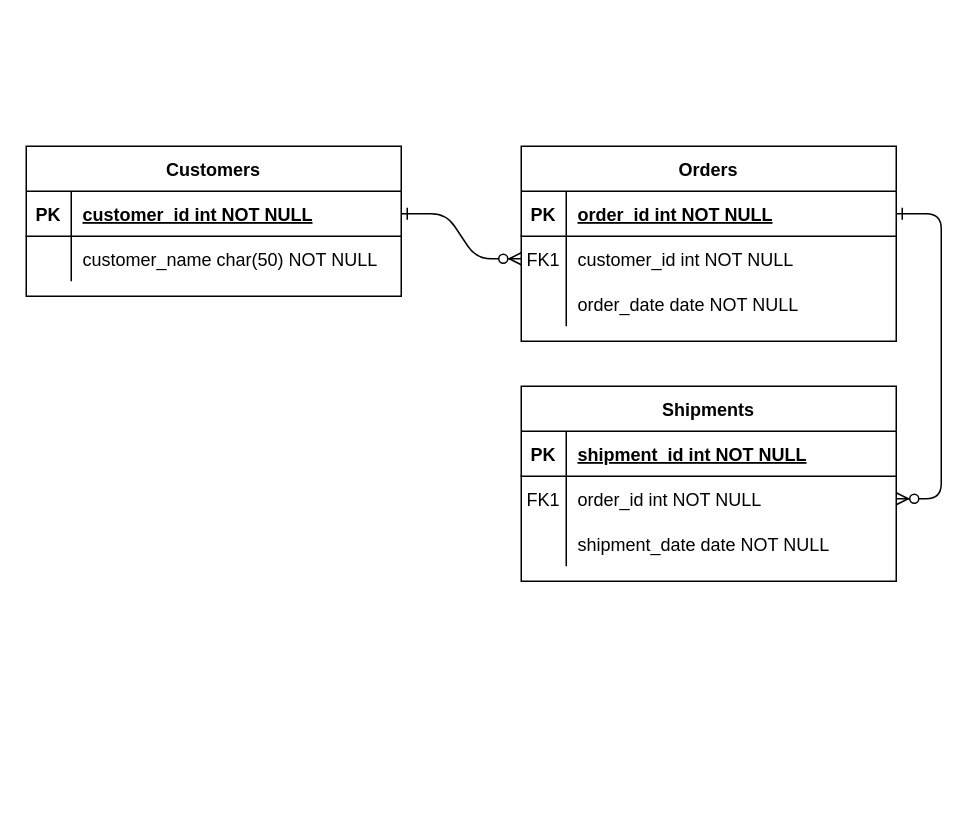
This is Diagramme sans nom.drawio from kevinthai-ironhack/Kevin_Labs, a draw.io file, before an edit. Source tidied: cells renumbered, new cells numbered last; positions are measured from the earlier drawing's top-left corner, leaving out a move shared by most shapes. Both pictures are drawn from the tidied source at 150%, with x=0, y=0 at pixel (26, 146).
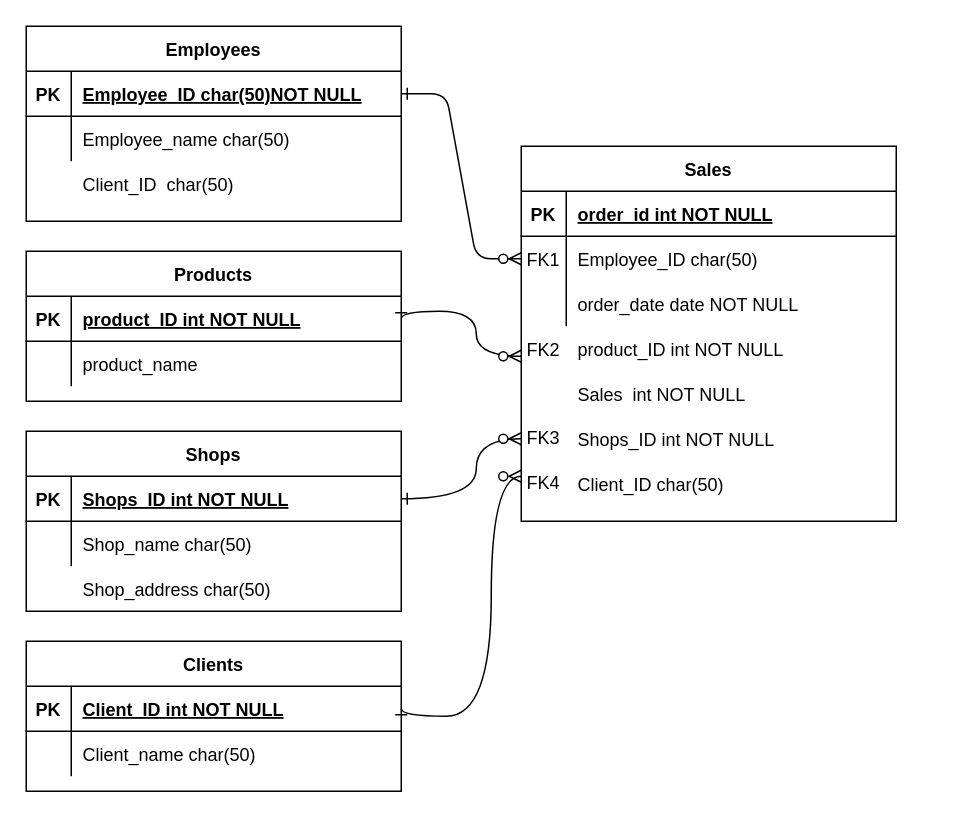
The same diagram, later.

What changed in the source:
```diff
@@
-    <mxCell id="2" style="edgeStyle=entityRelationEdgeStyle;endArrow=ERzeroToMany;startArrow=ERone;endFill=1;startFill=0;" parent="1" edge="1" source="25" target="8">
+    <mxCell id="2" style="edgeStyle=entityRelationEdgeStyle;endArrow=ERzeroToMany;startArrow=ERone;endFill=1;startFill=0;labelBackgroundColor=none;fontColor=default;" parent="1" edge="1" source="25" target="8">
       <mxGeometry relative="1" as="geometry" />
     </mxCell>
-    <mxCell id="3" style="edgeStyle=entityRelationEdgeStyle;endArrow=ERzeroToMany;startArrow=ERone;endFill=1;startFill=0;" parent="1" edge="1" source="5" target="18">
-      <mxGeometry relative="1" as="geometry" />
-    </mxCell>
-    <mxCell id="4" value="Orders" style="shape=table;startSize=30;childLayout=tableLayout;rowLines=0;fontStyle=1;align=center;" parent="1" vertex="1">
-      <mxGeometry x="330" width="250" height="130" as="geometry" />
+    <mxCell id="4" value="Sales" style="shape=table;startSize=30;childLayout=tableLayout;rowLines=0;fontStyle=1;align=center;labelBackgroundColor=none;" parent="1" vertex="1">
+      <mxGeometry x="330" width="250" height="250" as="geometry" />
     </mxCell>
-    <mxCell id="5" style="shape=partialRectangle;fillColor=none;points=[[0,0.5],[1,0.5]];portConstraint=eastwest;top=0;left=0;right=0;bottom=1;" parent="4" vertex="1">
+    <mxCell id="5" style="shape=partialRectangle;fillColor=none;points=[[0,0.5],[1,0.5]];portConstraint=eastwest;top=0;left=0;right=0;bottom=1;labelBackgroundColor=none;" parent="4" vertex="1">
       <mxGeometry y="30" width="250" height="30" as="geometry" />
     </mxCell>
-    <mxCell id="6" value="PK" style="shape=partialRectangle;overflow=hidden;fillColor=none;top=0;left=0;bottom=0;right=0;fontStyle=1;" parent="5" vertex="1">
+    <mxCell id="6" value="PK" style="shape=partialRectangle;overflow=hidden;fillColor=none;top=0;left=0;bottom=0;right=0;fontStyle=1;labelBackgroundColor=none;" parent="5" vertex="1">
       <mxGeometry width="30" height="30" as="geometry" />
     </mxCell>
-    <mxCell id="7" value="order_id int NOT NULL " style="shape=partialRectangle;overflow=hidden;fillColor=none;top=0;left=0;bottom=0;right=0;align=left;spacingLeft=6;fontStyle=5;" parent="5" vertex="1">
+    <mxCell id="7" value="order_id int NOT NULL " style="shape=partialRectangle;overflow=hidden;fillColor=none;top=0;left=0;bottom=0;right=0;align=left;spacingLeft=6;fontStyle=5;labelBackgroundColor=none;" parent="5" vertex="1">
       <mxGeometry x="30" width="220" height="30" as="geometry" />
     </mxCell>
-    <mxCell id="8" style="shape=partialRectangle;fillColor=none;points=[[0,0.5],[1,0.5]];portConstraint=eastwest;top=0;left=0;right=0;bottom=0;" parent="4" vertex="1">
+    <mxCell id="8" style="shape=partialRectangle;fillColor=none;points=[[0,0.5],[1,0.5]];portConstraint=eastwest;top=0;left=0;right=0;bottom=0;labelBackgroundColor=none;" parent="4" vertex="1">
       <mxGeometry y="60" width="250" height="30" as="geometry" />
     </mxCell>
-    <mxCell id="9" value="FK1" style="shape=partialRectangle;overflow=hidden;fillColor=none;top=0;left=0;bottom=0;right=0;" parent="8" vertex="1">
+    <mxCell id="9" value="FK1" style="shape=partialRectangle;overflow=hidden;fillColor=none;top=0;left=0;bottom=0;right=0;labelBackgroundColor=none;" parent="8" vertex="1">
       <mxGeometry width="30" height="30" as="geometry" />
     </mxCell>
-    <mxCell id="10" value="customer_id int NOT NULL" style="shape=partialRectangle;overflow=hidden;fillColor=none;top=0;left=0;bottom=0;right=0;align=left;spacingLeft=6;" parent="8" vertex="1">
+    <mxCell id="10" value="Employee_ID char(50)" style="shape=partialRectangle;overflow=hidden;fillColor=none;top=0;left=0;bottom=0;right=0;align=left;spacingLeft=6;labelBackgroundColor=none;" parent="8" vertex="1">
       <mxGeometry x="30" width="220" height="30" as="geometry" />
     </mxCell>
-    <mxCell id="11" style="shape=partialRectangle;fillColor=none;top=0;left=0;right=0;bottom=0;" parent="4" vertex="1">
+    <mxCell id="11" style="shape=partialRectangle;fillColor=none;top=0;left=0;right=0;bottom=0;labelBackgroundColor=none;" parent="4" vertex="1">
       <mxGeometry y="90" width="250" height="30" as="geometry" />
     </mxCell>
-    <mxCell id="12" style="shape=partialRectangle;overflow=hidden;fillColor=none;top=0;left=0;bottom=0;right=0;" parent="11" vertex="1">
+    <mxCell id="12" style="shape=partialRectangle;overflow=hidden;fillColor=none;top=0;left=0;bottom=0;right=0;labelBackgroundColor=none;" parent="11" vertex="1">
       <mxGeometry width="30" height="30" as="geometry" />
     </mxCell>
-    <mxCell id="13" value="order_date date NOT NULL" style="shape=partialRectangle;overflow=hidden;fillColor=none;top=0;left=0;bottom=0;right=0;align=left;spacingLeft=6;" parent="11" vertex="1">
+    <mxCell id="13" value="order_date date NOT NULL" style="shape=partialRectangle;overflow=hidden;fillColor=none;top=0;left=0;bottom=0;right=0;align=left;spacingLeft=6;labelBackgroundColor=none;" parent="11" vertex="1">
       <mxGeometry x="30" width="220" height="30" as="geometry" />
     </mxCell>
-    <mxCell id="14" value="Shipments" style="shape=table;startSize=30;childLayout=tableLayout;rowLines=0;fontStyle=1;align=center;" parent="1" vertex="1">
-      <mxGeometry x="330" y="160" width="250" height="130" as="geometry" />
+    <mxCell id="14" value="Products" style="shape=table;startSize=30;childLayout=tableLayout;rowLines=0;fontStyle=1;align=center;labelBackgroundColor=none;" parent="1" vertex="1">
+      <mxGeometry y="70" width="250" height="100" as="geometry" />
     </mxCell>
-    <mxCell id="15" style="shape=partialRectangle;fillColor=none;points=[[0,0.5],[1,0.5]];portConstraint=eastwest;top=0;left=0;right=0;bottom=1;" parent="14" vertex="1">
+    <mxCell id="15" style="shape=partialRectangle;fillColor=none;points=[[0,0.5],[1,0.5]];portConstraint=eastwest;top=0;left=0;right=0;bottom=1;labelBackgroundColor=none;" parent="14" vertex="1">
       <mxGeometry y="30" width="250" height="30" as="geometry" />
     </mxCell>
-    <mxCell id="16" value="PK" style="shape=partialRectangle;overflow=hidden;fillColor=none;top=0;left=0;bottom=0;right=0;fontStyle=1;" parent="15" vertex="1">
+    <mxCell id="16" value="PK" style="shape=partialRectangle;overflow=hidden;fillColor=none;top=0;left=0;bottom=0;right=0;fontStyle=1;labelBackgroundColor=none;" parent="15" vertex="1">
       <mxGeometry width="30" height="30" as="geometry" />
     </mxCell>
-    <mxCell id="17" value="shipment_id int NOT NULL " style="shape=partialRectangle;overflow=hidden;fillColor=none;top=0;left=0;bottom=0;right=0;align=left;spacingLeft=6;fontStyle=5;" parent="15" vertex="1">
+    <mxCell id="17" value="product_ID int NOT NULL " style="shape=partialRectangle;overflow=hidden;fillColor=none;top=0;left=0;bottom=0;right=0;align=left;spacingLeft=6;fontStyle=5;labelBackgroundColor=none;" parent="15" vertex="1">
       <mxGeometry x="30" width="220" height="30" as="geometry" />
     </mxCell>
-    <mxCell id="18" style="shape=partialRectangle;fillColor=none;points=[[0,0.5],[1,0.5]];portConstraint=eastwest;top=0;left=0;right=0;bottom=0;" parent="14" vertex="1">
+    <mxCell id="18" style="shape=partialRectangle;fillColor=none;points=[[0,0.5],[1,0.5]];portConstraint=eastwest;top=0;left=0;right=0;bottom=0;labelBackgroundColor=none;" parent="14" vertex="1">
       <mxGeometry y="60" width="250" height="30" as="geometry" />
     </mxCell>
-    <mxCell id="19" value="FK1" style="shape=partialRectangle;overflow=hidden;fillColor=none;top=0;left=0;bottom=0;right=0;" parent="18" vertex="1">
+    <mxCell id="19" style="shape=partialRectangle;overflow=hidden;fillColor=none;top=0;left=0;bottom=0;right=0;labelBackgroundColor=none;" parent="18" vertex="1">
       <mxGeometry width="30" height="30" as="geometry" />
     </mxCell>
-    <mxCell id="20" value="order_id int NOT NULL" style="shape=partialRectangle;overflow=hidden;fillColor=none;top=0;left=0;bottom=0;right=0;align=left;spacingLeft=6;" parent="18" vertex="1">
+    <mxCell id="20" value="product_name" style="shape=partialRectangle;overflow=hidden;fillColor=none;top=0;left=0;bottom=0;right=0;align=left;spacingLeft=6;labelBackgroundColor=none;" parent="18" vertex="1">
       <mxGeometry x="30" width="220" height="30" as="geometry" />
     </mxCell>
-    <mxCell id="21" style="shape=partialRectangle;fillColor=none;top=0;left=0;right=0;bottom=0;" parent="14" vertex="1">
-      <mxGeometry y="90" width="250" height="30" as="geometry" />
-    </mxCell>
-    <mxCell id="22" style="shape=partialRectangle;overflow=hidden;fillColor=none;top=0;left=0;bottom=0;right=0;" parent="21" vertex="1">
-      <mxGeometry width="30" height="30" as="geometry" />
-    </mxCell>
-    <mxCell id="23" value="shipment_date date NOT NULL" style="shape=partialRectangle;overflow=hidden;fillColor=none;top=0;left=0;bottom=0;right=0;align=left;spacingLeft=6;" parent="21" vertex="1">
-      <mxGeometry x="30" width="220" height="30" as="geometry" />
-    </mxCell>
-    <mxCell id="24" value="Customers" style="shape=table;startSize=30;childLayout=tableLayout;rowLines=0;fontStyle=1;align=center;" parent="1" vertex="1">
-      <mxGeometry width="250" height="100" as="geometry" />
+    <mxCell id="24" value="Employees" style="shape=table;startSize=30;childLayout=tableLayout;rowLines=0;fontStyle=1;align=center;labelBackgroundColor=none;" parent="1" vertex="1">
+      <mxGeometry y="-80" width="250" height="130" as="geometry" />
     </mxCell>
-    <mxCell id="25" style="shape=partialRectangle;fillColor=none;points=[[0,0.5],[1,0.5]];portConstraint=eastwest;top=0;left=0;right=0;bottom=1;" parent="24" vertex="1">
+    <mxCell id="25" style="shape=partialRectangle;fillColor=none;points=[[0,0.5],[1,0.5]];portConstraint=eastwest;top=0;left=0;right=0;bottom=1;labelBackgroundColor=none;" parent="24" vertex="1">
       <mxGeometry y="30" width="250" height="30" as="geometry" />
     </mxCell>
-    <mxCell id="26" value="PK" style="shape=partialRectangle;overflow=hidden;fillColor=none;top=0;left=0;bottom=0;right=0;fontStyle=1;" parent="25" vertex="1">
+    <mxCell id="26" value="PK" style="shape=partialRectangle;overflow=hidden;fillColor=none;top=0;left=0;bottom=0;right=0;fontStyle=1;labelBackgroundColor=none;" parent="25" vertex="1">
       <mxGeometry width="30" height="30" as="geometry" />
     </mxCell>
-    <mxCell id="27" value="customer_id int NOT NULL " style="shape=partialRectangle;overflow=hidden;fillColor=none;top=0;left=0;bottom=0;right=0;align=left;spacingLeft=6;fontStyle=5;" parent="25" vertex="1">
+    <mxCell id="27" value="Employee_ID char(50)NOT NULL " style="shape=partialRectangle;overflow=hidden;fillColor=none;top=0;left=0;bottom=0;right=0;align=left;spacingLeft=6;fontStyle=5;labelBackgroundColor=none;" parent="25" vertex="1">
       <mxGeometry x="30" width="220" height="30" as="geometry" />
     </mxCell>
-    <mxCell id="28" style="shape=partialRectangle;fillColor=none;top=0;left=0;right=0;bottom=0;" parent="24" vertex="1">
+    <mxCell id="28" style="shape=partialRectangle;fillColor=none;top=0;left=0;right=0;bottom=0;labelBackgroundColor=none;" parent="24" vertex="1">
       <mxGeometry y="60" width="250" height="30" as="geometry" />
     </mxCell>
-    <mxCell id="29" style="shape=partialRectangle;overflow=hidden;fillColor=none;top=0;left=0;bottom=0;right=0;" parent="28" vertex="1">
+    <mxCell id="29" style="shape=partialRectangle;overflow=hidden;fillColor=none;top=0;left=0;bottom=0;right=0;labelBackgroundColor=none;" parent="28" vertex="1">
       <mxGeometry width="30" height="30" as="geometry" />
     </mxCell>
-    <mxCell id="30" value="customer_name char(50) NOT NULL" style="shape=partialRectangle;overflow=hidden;fillColor=none;top=0;left=0;bottom=0;right=0;align=left;spacingLeft=6;" parent="28" vertex="1">
+    <mxCell id="30" value="Employee_name char(50)" style="shape=partialRectangle;overflow=hidden;fillColor=none;top=0;left=0;bottom=0;right=0;align=left;spacingLeft=6;labelBackgroundColor=none;" parent="28" vertex="1">
       <mxGeometry x="30" width="220" height="30" as="geometry" />
     </mxCell>
+    <mxCell id="31" value="Client_ID  char(50)" style="shape=partialRectangle;overflow=hidden;fillColor=none;top=0;left=0;bottom=0;right=0;align=left;spacingLeft=6;labelBackgroundColor=none;" parent="1" vertex="1">
+      <mxGeometry x="30" y="10" width="220" height="30" as="geometry" />
+    </mxCell>
+    <mxCell id="32" value="product_ID int NOT NULL" style="shape=partialRectangle;overflow=hidden;fillColor=none;top=0;left=0;bottom=0;right=0;align=left;spacingLeft=6;labelBackgroundColor=none;" parent="1" vertex="1">
+      <mxGeometry x="360" y="120" width="220" height="30" as="geometry" />
+    </mxCell>
+    <mxCell id="33" value="FK2" style="shape=partialRectangle;overflow=hidden;fillColor=none;top=0;left=0;bottom=0;right=0;labelBackgroundColor=none;" parent="1" vertex="1">
+      <mxGeometry x="330" y="65" width="30" height="140" as="geometry" />
+    </mxCell>
+    <mxCell id="34" value="Sales  int NOT NULL" style="shape=partialRectangle;overflow=hidden;fillColor=none;top=0;left=0;bottom=0;right=0;align=left;spacingLeft=6;labelBackgroundColor=none;" parent="1" vertex="1">
+      <mxGeometry x="360" y="150" width="220" height="30" as="geometry" />
+    </mxCell>
+    <mxCell id="35" value="Shops_ID int NOT NULL" style="shape=partialRectangle;overflow=hidden;fillColor=none;top=0;left=0;bottom=0;right=0;align=left;spacingLeft=6;labelBackgroundColor=none;" parent="1" vertex="1">
+      <mxGeometry x="360" y="180" width="220" height="30" as="geometry" />
+    </mxCell>
+    <mxCell id="36" value="FK3" style="text;strokeColor=none;align=center;fillColor=none;html=1;verticalAlign=middle;whiteSpace=wrap;rounded=0;labelBackgroundColor=none;" parent="1" vertex="1">
+      <mxGeometry x="330" y="180" width="30" height="30" as="geometry" />
+    </mxCell>
+    <mxCell id="37" style="edgeStyle=orthogonalEdgeStyle;endArrow=ERzeroToMany;startArrow=ERone;endFill=1;startFill=0;labelBackgroundColor=none;fontColor=default;curved=1;exitX=1;exitY=0.5;exitDx=0;exitDy=0;" parent="1" edge="1" source="15">
+      <mxGeometry relative="1" as="geometry">
+        <mxPoint x="330" y="140" as="targetPoint" />
+        <Array as="points">
+          <mxPoint x="250" y="110" />
+          <mxPoint x="300" y="110" />
+          <mxPoint x="300" y="140" />
+        </Array>
+      </mxGeometry>
+    </mxCell>
+    <mxCell id="38" value="Client_ID char(50)" style="shape=partialRectangle;overflow=hidden;fillColor=none;top=0;left=0;bottom=0;right=0;align=left;spacingLeft=6;labelBackgroundColor=none;" parent="1" vertex="1">
+      <mxGeometry x="360" y="210" width="220" height="30" as="geometry" />
+    </mxCell>
+    <mxCell id="39" value="FK4" style="text;strokeColor=none;align=center;fillColor=none;html=1;verticalAlign=middle;whiteSpace=wrap;rounded=0;labelBackgroundColor=none;" parent="1" vertex="1">
+      <mxGeometry x="330" y="210" width="30" height="30" as="geometry" />
+    </mxCell>
+    <mxCell id="40" value="Shops" style="shape=table;startSize=30;childLayout=tableLayout;rowLines=0;fontStyle=1;align=center;labelBackgroundColor=none;" parent="1" vertex="1">
+      <mxGeometry y="190" width="250" height="120" as="geometry" />
+    </mxCell>
+    <mxCell id="41" style="shape=partialRectangle;fillColor=none;points=[[0,0.5],[1,0.5]];portConstraint=eastwest;top=0;left=0;right=0;bottom=1;labelBackgroundColor=none;" parent="40" vertex="1">
+      <mxGeometry y="30" width="250" height="30" as="geometry" />
+    </mxCell>
+    <mxCell id="42" value="PK" style="shape=partialRectangle;overflow=hidden;fillColor=none;top=0;left=0;bottom=0;right=0;fontStyle=1;labelBackgroundColor=none;" parent="41" vertex="1">
+      <mxGeometry width="30" height="30" as="geometry" />
+    </mxCell>
+    <mxCell id="43" value="Shops_ID int NOT NULL " style="shape=partialRectangle;overflow=hidden;fillColor=none;top=0;left=0;bottom=0;right=0;align=left;spacingLeft=6;fontStyle=5;labelBackgroundColor=none;" parent="41" vertex="1">
+      <mxGeometry x="30" width="220" height="30" as="geometry" />
+    </mxCell>
+    <mxCell id="44" style="shape=partialRectangle;fillColor=none;top=0;left=0;right=0;bottom=0;labelBackgroundColor=none;" parent="40" vertex="1">
+      <mxGeometry y="60" width="250" height="30" as="geometry" />
+    </mxCell>
+    <mxCell id="45" style="shape=partialRectangle;overflow=hidden;fillColor=none;top=0;left=0;bottom=0;right=0;labelBackgroundColor=none;" parent="44" vertex="1">
+      <mxGeometry width="30" height="30" as="geometry" />
+    </mxCell>
+    <mxCell id="46" value="Shop_name char(50)" style="shape=partialRectangle;overflow=hidden;fillColor=none;top=0;left=0;bottom=0;right=0;align=left;spacingLeft=6;labelBackgroundColor=none;" parent="44" vertex="1">
+      <mxGeometry x="30" width="220" height="30" as="geometry" />
+    </mxCell>
+    <mxCell id="47" style="shape=partialRectangle;fillColor=none;top=0;left=0;right=0;bottom=0;labelBackgroundColor=none;" parent="1" vertex="1">
+      <mxGeometry y="280" width="250" height="30" as="geometry" />
+    </mxCell>
+    <mxCell id="48" style="shape=partialRectangle;overflow=hidden;fillColor=none;top=0;left=0;bottom=0;right=0;labelBackgroundColor=none;" parent="47" vertex="1">
+      <mxGeometry width="30" height="30" as="geometry" />
+    </mxCell>
+    <mxCell id="49" value="Shop_address char(50)" style="shape=partialRectangle;overflow=hidden;fillColor=none;top=0;left=0;bottom=0;right=0;align=left;spacingLeft=6;labelBackgroundColor=none;" parent="47" vertex="1">
+      <mxGeometry x="30" width="220" height="30" as="geometry" />
+    </mxCell>
+    <mxCell id="50" style="edgeStyle=orthogonalEdgeStyle;endArrow=ERzeroToMany;startArrow=ERone;endFill=1;startFill=0;labelBackgroundColor=none;fontColor=default;curved=1;exitX=1;exitY=0.5;exitDx=0;exitDy=0;" parent="1" edge="1" source="41">
+      <mxGeometry relative="1" as="geometry">
+        <mxPoint x="330" y="195" as="targetPoint" />
+        <Array as="points">
+          <mxPoint x="300" y="235" />
+          <mxPoint x="300" y="195" />
+        </Array>
+      </mxGeometry>
+    </mxCell>
+    <mxCell id="51" value="Clients" style="shape=table;startSize=30;childLayout=tableLayout;rowLines=0;fontStyle=1;align=center;labelBackgroundColor=none;" parent="1" vertex="1">
+      <mxGeometry y="330" width="250" height="100" as="geometry" />
+    </mxCell>
+    <mxCell id="52" style="shape=partialRectangle;fillColor=none;points=[[0,0.5],[1,0.5]];portConstraint=eastwest;top=0;left=0;right=0;bottom=1;labelBackgroundColor=none;" parent="51" vertex="1">
+      <mxGeometry y="30" width="250" height="30" as="geometry" />
+    </mxCell>
+    <mxCell id="53" value="PK" style="shape=partialRectangle;overflow=hidden;fillColor=none;top=0;left=0;bottom=0;right=0;fontStyle=1;labelBackgroundColor=none;" parent="52" vertex="1">
+      <mxGeometry width="30" height="30" as="geometry" />
+    </mxCell>
+    <mxCell id="54" value="Client_ID int NOT NULL " style="shape=partialRectangle;overflow=hidden;fillColor=none;top=0;left=0;bottom=0;right=0;align=left;spacingLeft=6;fontStyle=5;labelBackgroundColor=none;" parent="52" vertex="1">
+      <mxGeometry x="30" width="220" height="30" as="geometry" />
+    </mxCell>
+    <mxCell id="55" style="shape=partialRectangle;fillColor=none;top=0;left=0;right=0;bottom=0;labelBackgroundColor=none;" parent="51" vertex="1">
+      <mxGeometry y="60" width="250" height="30" as="geometry" />
+    </mxCell>
+    <mxCell id="56" style="shape=partialRectangle;overflow=hidden;fillColor=none;top=0;left=0;bottom=0;right=0;labelBackgroundColor=none;" parent="55" vertex="1">
+      <mxGeometry width="30" height="30" as="geometry" />
+    </mxCell>
+    <mxCell id="57" value="Client_name char(50)" style="shape=partialRectangle;overflow=hidden;fillColor=none;top=0;left=0;bottom=0;right=0;align=left;spacingLeft=6;labelBackgroundColor=none;" parent="55" vertex="1">
+      <mxGeometry x="30" width="220" height="30" as="geometry" />
+    </mxCell>
+    <mxCell id="58" style="edgeStyle=orthogonalEdgeStyle;endArrow=ERzeroToMany;startArrow=ERone;endFill=1;startFill=0;labelBackgroundColor=none;fontColor=default;curved=1;exitX=1;exitY=0.5;exitDx=0;exitDy=0;" parent="1" edge="1" source="52">
+      <mxGeometry relative="1" as="geometry">
+        <mxPoint x="330" y="220" as="targetPoint" />
+        <Array as="points">
+          <mxPoint x="250" y="380" />
+          <mxPoint x="310" y="380" />
+          <mxPoint x="310" y="220" />
+        </Array>
+      </mxGeometry>
+    </mxCell>
```
